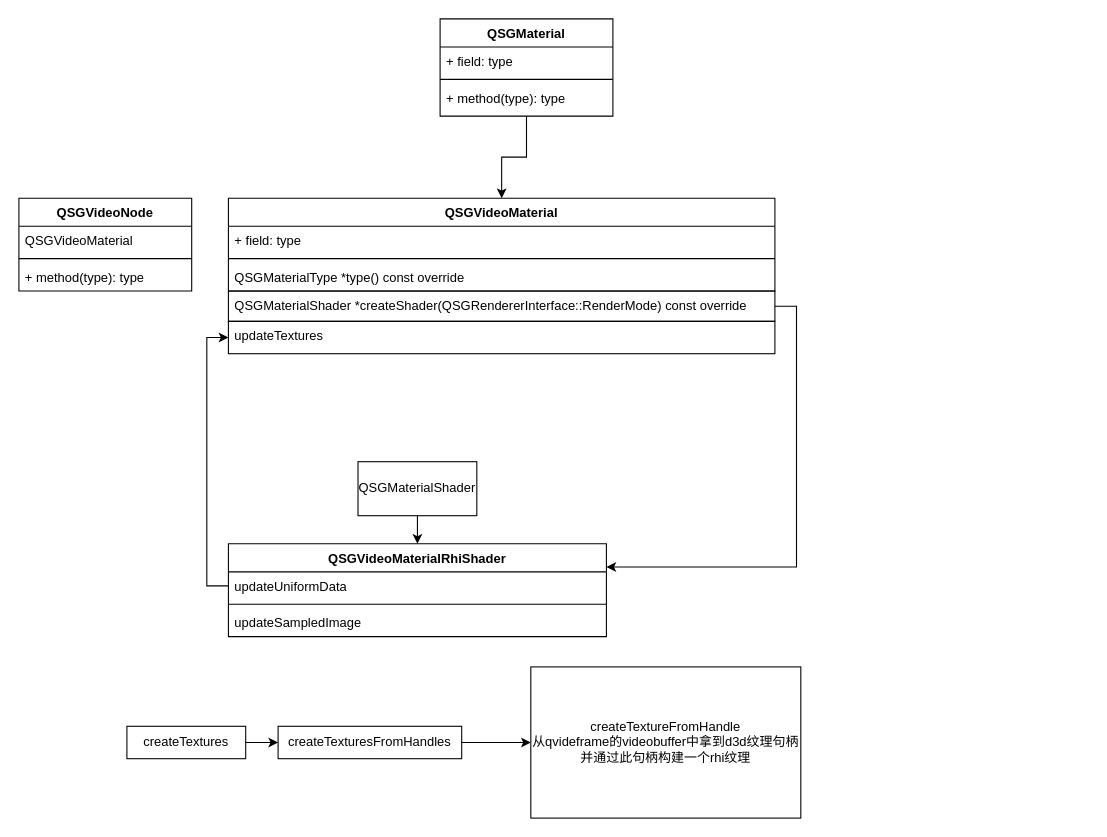
Earlier version of the draw.io diagram qsgvideonode.drawio (dosmlp/drawio). Source tidied: cells renumbered, new cells numbered last; positions are measured from the earlier drawing's top-left corner, leaving out a move shared by most shapes. Both pictures are drawn from the tidied source at 108%, with x=0, y=0 at pixel (18, 18).
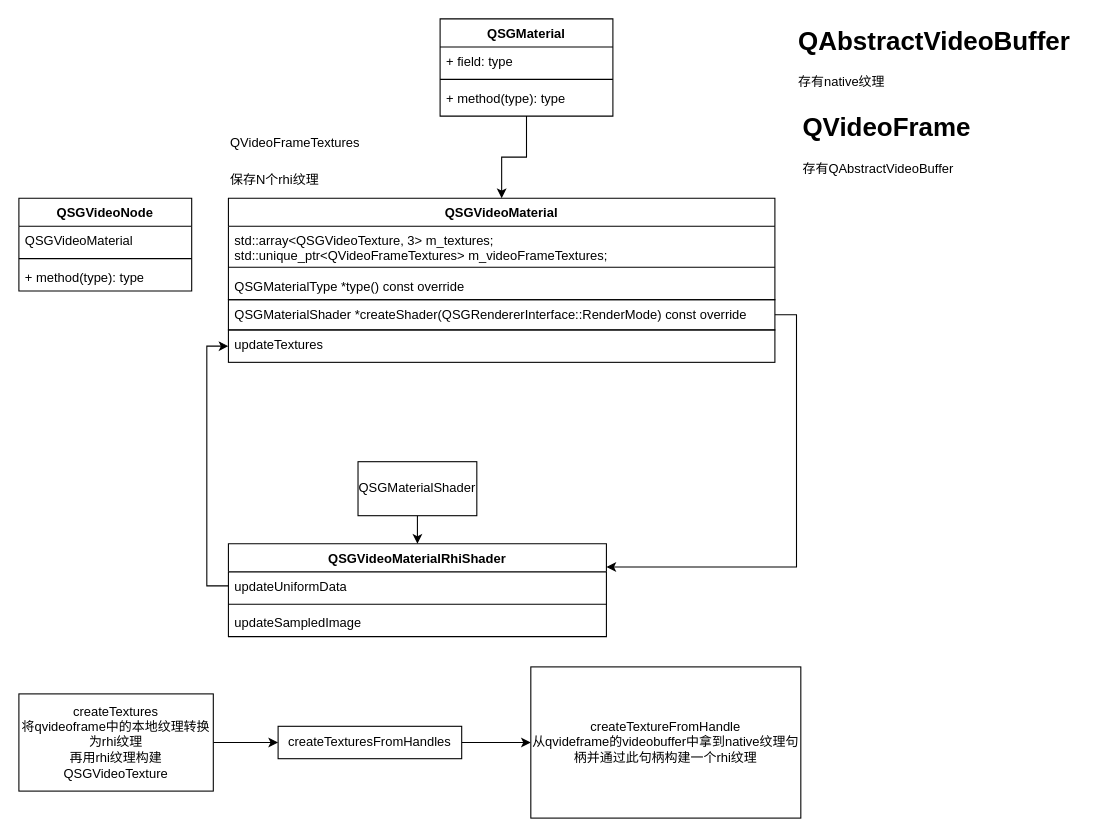
The same diagram, later.

Change to the diagram source:
```diff
@@
     <mxCell id="6" value="QSGVideoMaterial" style="swimlane;fontStyle=1;align=center;verticalAlign=top;horizontal=1;startSize=26;whiteSpace=wrap;html=1;" parent="1" vertex="1">
-      <mxGeometry x="194" y="166" width="506" height="86" as="geometry" />
+      <mxGeometry x="194" y="166" width="506" height="94" as="geometry" />
     </mxCell>
-    <mxCell id="7" value="+ field: type" style="text;strokeColor=none;fillColor=none;align=left;verticalAlign=top;spacingLeft=4;spacingRight=4;overflow=hidden;whiteSpace=wrap;html=1;" parent="6" vertex="1">
-      <mxGeometry y="26" width="506" height="26" as="geometry" />
+    <mxCell id="7" value="&lt;div&gt;std::array&amp;lt;QSGVideoTexture, 3&amp;gt; m_textures;&lt;/div&gt;&lt;div&gt;std::unique_ptr&amp;lt;QVideoFrameTextures&amp;gt; m_videoFrameTextures;&lt;/div&gt;" style="text;strokeColor=none;fillColor=none;align=left;verticalAlign=top;spacingLeft=4;spacingRight=4;overflow=hidden;whiteSpace=wrap;html=1;" parent="6" vertex="1">
+      <mxGeometry y="26" width="506" height="34" as="geometry" />
     </mxCell>
     <mxCell id="8" style="line;strokeWidth=1;fillColor=none;align=left;verticalAlign=middle;spacingTop=-1;spacingLeft=3;spacingRight=3;labelPosition=right;strokeColor=inherit;" parent="6" vertex="1">
-      <mxGeometry y="52" width="506" height="8" as="geometry" />
+      <mxGeometry y="60" width="506" height="8" as="geometry" />
     </mxCell>
     <mxCell id="9" value="QSGMaterialType *type() const override" style="text;strokeColor=none;fillColor=none;align=left;verticalAlign=top;spacingLeft=4;spacingRight=4;overflow=hidden;whiteSpace=wrap;html=1;" parent="6" vertex="1">
-      <mxGeometry y="60" width="506" height="26" as="geometry" />
+      <mxGeometry y="68" width="506" height="26" as="geometry" />
     </mxCell>
@@
     <mxCell id="22" value="QSGMaterialShader *createShader(QSGRendererInterface::RenderMode) const override" style="text;strokeColor=default;fillColor=none;align=left;verticalAlign=top;spacingLeft=4;spacingRight=4;overflow=hidden;points=[[0,0.5],[1,0.5]];portConstraint=eastwest;whiteSpace=wrap;html=1;" parent="1" vertex="1">
-      <mxGeometry x="194" y="252" width="506" height="28" as="geometry" />
+      <mxGeometry x="194" y="260" width="506" height="28" as="geometry" />
     </mxCell>
     <mxCell id="23" value="updateTextures" style="text;strokeColor=default;fillColor=none;align=left;verticalAlign=top;spacingLeft=4;spacingRight=4;overflow=hidden;points=[[0,0.5],[1,0.5]];portConstraint=eastwest;whiteSpace=wrap;html=1;" parent="1" vertex="1">
-      <mxGeometry x="194" y="280" width="506" height="30" as="geometry" />
+      <mxGeometry x="194" y="288" width="506" height="30" as="geometry" />
     </mxCell>
@@
-    <mxCell id="26" value="createTextures" style="rounded=0;whiteSpace=wrap;html=1;" parent="1" vertex="1">
-      <mxGeometry x="100" y="655" width="110" height="30" as="geometry" />
+    <mxCell id="26" value="createTextures&lt;div&gt;将qvideoframe中的本地纹理转换为rhi纹理&lt;/div&gt;&lt;div&gt;再用rhi纹理构建QSGVideoTexture&lt;/div&gt;" style="rounded=0;whiteSpace=wrap;html=1;" parent="1" vertex="1">
+      <mxGeometry y="625" width="180" height="90" as="geometry" />
     </mxCell>
@@
-    <mxCell id="29" value="createTextureFromHandle&lt;div&gt;从qvideframe的videobuffer中拿到d3d纹理句柄并通过此句柄构建一个rhi纹理&lt;/div&gt;" style="rounded=0;whiteSpace=wrap;html=1;" parent="1" vertex="1">
+    <mxCell id="29" value="createTextureFromHandle&lt;div&gt;从qvideframe的videobuffer中拿到native纹理句柄并通过此句柄构建一个rhi纹理&lt;/div&gt;" style="rounded=0;whiteSpace=wrap;html=1;" parent="1" vertex="1">
       <mxGeometry x="474" y="600" width="250" height="140" as="geometry" />
     </mxCell>
+    <mxCell id="30" value="&lt;h1 style=&quot;margin-top: 0px;&quot;&gt;&lt;span style=&quot;font-size: 12px; font-weight: 400;&quot;&gt;QVideoFrameTextures&lt;/span&gt;&lt;br&gt;&lt;/h1&gt;&lt;div&gt;&lt;span style=&quot;font-size: 12px; font-weight: 400;&quot;&gt;保存N个rhi纹理&lt;/span&gt;&lt;/div&gt;" style="text;html=1;whiteSpace=wrap;overflow=hidden;rounded=0;" parent="1" vertex="1">
+      <mxGeometry x="194" y="90" width="180" height="120" as="geometry" />
+    </mxCell>
+    <mxCell id="31" value="&lt;h1 style=&quot;margin-top: 0px;&quot;&gt;QAbstractVideoBuffer&lt;br&gt;&lt;/h1&gt;&lt;p&gt;存有native纹理&lt;/p&gt;" style="text;html=1;whiteSpace=wrap;overflow=hidden;rounded=0;" parent="1" vertex="1">
+      <mxGeometry x="720" width="270" height="80" as="geometry" />
+    </mxCell>
+    <mxCell id="32" value="&lt;h1 style=&quot;margin-top: 0px;&quot;&gt;QVideoFrame&lt;/h1&gt;&lt;div&gt;存有&lt;span style=&quot;background-color: initial;&quot;&gt;&lt;font style=&quot;font-size: 12px;&quot;&gt;QAbstractVideoBuffer&lt;/font&gt;&lt;/span&gt;&lt;/div&gt;&lt;div&gt;&lt;br&gt;&lt;/div&gt;" style="text;html=1;whiteSpace=wrap;overflow=hidden;rounded=0;" parent="1" vertex="1">
+      <mxGeometry x="724" y="80" width="180" height="70" as="geometry" />
+    </mxCell>
```
